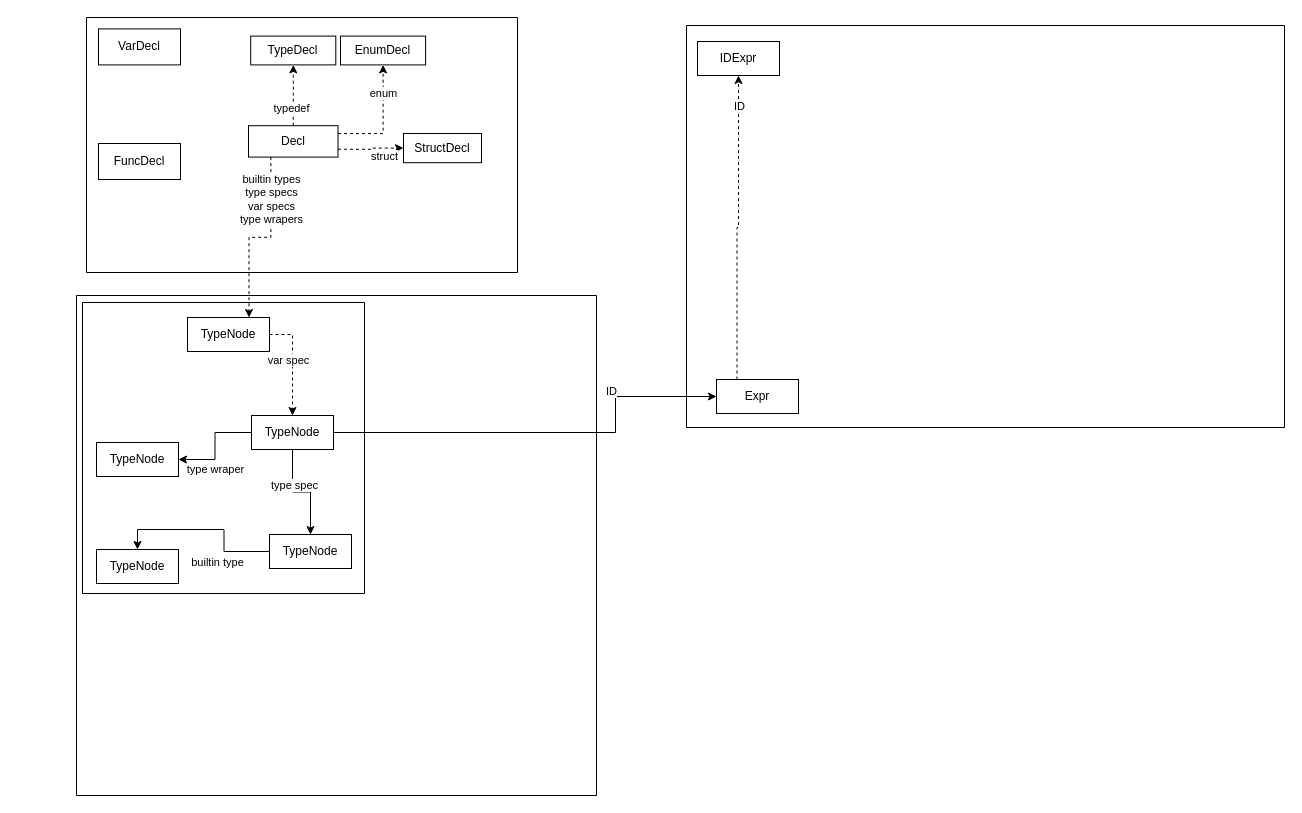
OskarGaliullin231-329/translation-university keeps this draw.io diagram as Стековая_диаграмма_МТиК.drawio. Above is the earlier version. Source tidied: cells renumbered, new cells numbered last; positions are measured from the earlier drawing's top-left corner, leaving out a move shared by most shapes. Both pictures are drawn from the tidied source at 100%, with x=0, y=0 at pixel (76, 17).
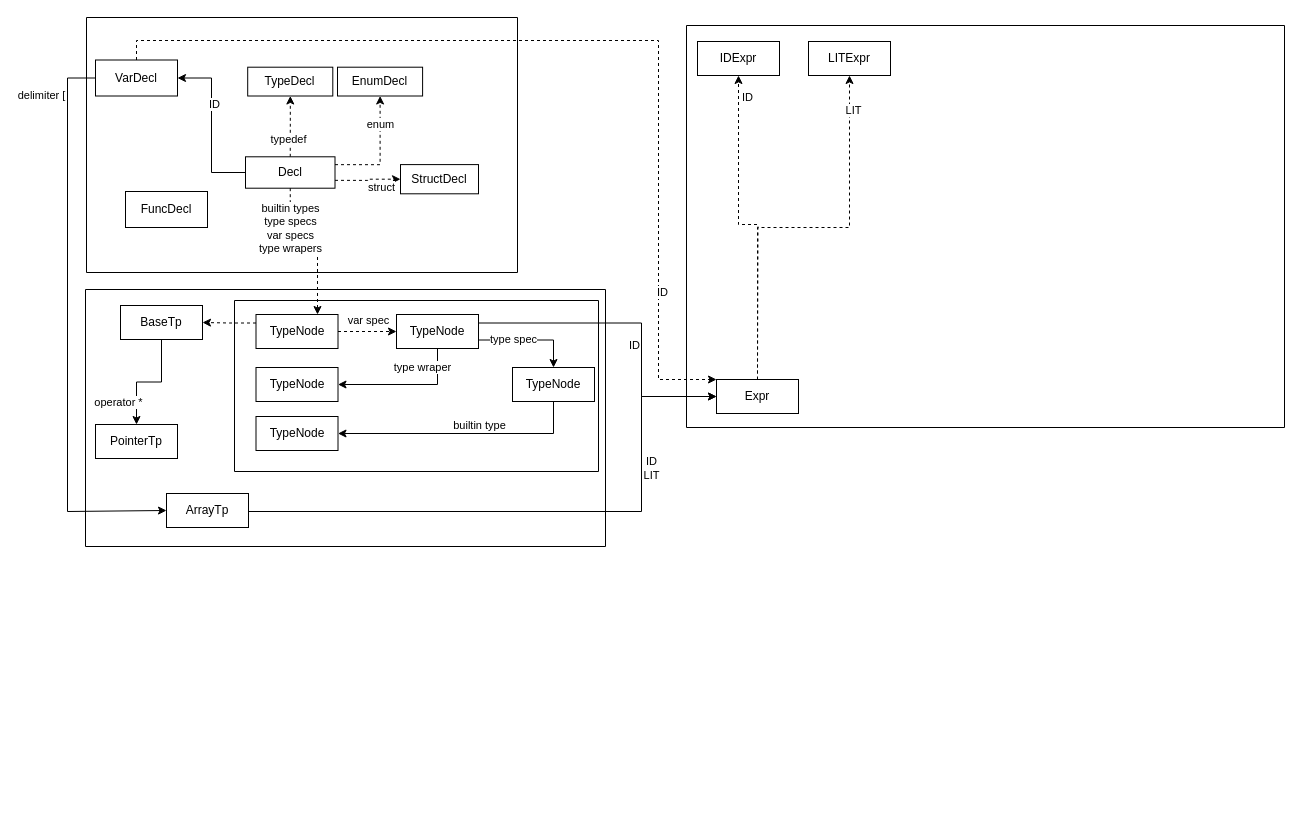
The same page after the edit.

The change refers to these unchanged cells:
```xml
<mxCell id="2" style="swimlane;startSize=0;" parent="1" vertex="1">
  <mxGeometry x="10" width="431" height="255" as="geometry" />
</mxCell>
```

Change to the diagram source:
```diff
@@
     <mxCell id="3" value="VarDecl" style="rounded=0;whiteSpace=wrap;html=1;" parent="2" vertex="1">
-      <mxGeometry x="12" y="11.4" width="82" height="36" as="geometry" />
+      <mxGeometry x="9" y="42.5" width="82" height="36" as="geometry" />
     </mxCell>
     <mxCell id="4" value="FuncDecl" style="rounded=0;whiteSpace=wrap;html=1;" parent="2" vertex="1">
-      <mxGeometry x="12" y="126" width="82" height="36" as="geometry" />
+      <mxGeometry x="39" y="174" width="82" height="36" as="geometry" />
     </mxCell>
     <mxCell id="5" value="TypeDecl" style="rounded=0;whiteSpace=wrap;html=1;" parent="2" vertex="1">
-      <mxGeometry x="164.2" y="18.6" width="85.1" height="28.8" as="geometry" />
+      <mxGeometry x="161.2" y="49.7" width="85.1" height="28.8" as="geometry" />
     </mxCell>
@@
     <mxCell id="8" value="EnumDecl" style="rounded=0;whiteSpace=wrap;html=1;" parent="2" vertex="1">
-      <mxGeometry x="254" y="18.6" width="85.1" height="28.8" as="geometry" />
+      <mxGeometry x="251" y="49.7" width="85.1" height="28.8" as="geometry" />
     </mxCell>
@@
+    <mxCell id="39" style="edgeStyle=orthogonalEdgeStyle;rounded=0;jettySize=auto;html=1;exitX=0;exitY=0.5;exitDx=0;exitDy=0;entryX=1;entryY=0.5;entryDx=0;entryDy=0;" parent="2" edge="1" source="11" target="3">
+      <mxGeometry relative="1" as="geometry" />
+    </mxCell>
+    <mxCell id="40" value="ID" style="edgeLabel;html=1;align=center;verticalAlign=middle;" parent="39" vertex="1">
+      <mxGeometry x="0.27" y="-2" relative="1" as="geometry" />
+    </mxCell>
     <mxCell id="11" value="Decl" style="rounded=0;whiteSpace=wrap;html=1;" parent="2" vertex="1">
-      <mxGeometry x="162" y="108.2" width="89.5" height="31.4" as="geometry" />
+      <mxGeometry x="159" y="139.3" width="89.5" height="31.4" as="geometry" />
     </mxCell>
     <mxCell id="12" value="StructDecl" style="rounded=0;whiteSpace=wrap;html=1;" parent="2" vertex="1">
-      <mxGeometry x="317" y="116" width="78" height="29.2" as="geometry" />
+      <mxGeometry x="314" y="147.1" width="78" height="29.2" as="geometry" />
     </mxCell>
@@
-    <mxCell id="15" style="edgeStyle=orthogonalEdgeStyle;rounded=0;jettySize=auto;html=1;exitX=0.25;exitY=1;exitDx=0;exitDy=0;entryX=0.75;entryY=0;entryDx=0;entryDy=0;dashed=1;" parent="1" edge="1" source="11" target="20">
+    <mxCell id="15" style="edgeStyle=orthogonalEdgeStyle;rounded=0;jettySize=auto;html=1;exitX=0.5;exitY=1;exitDx=0;exitDy=0;entryX=0.75;entryY=0;entryDx=0;entryDy=0;dashed=1;" parent="1" edge="1" source="11" target="20">
       <mxGeometry relative="1" as="geometry" />
     </mxCell>
@@
+    <mxCell id="31" style="swimlane;startSize=0;" parent="1" vertex="1">
+      <mxGeometry x="610" y="8" width="598" height="402" as="geometry" />
+    </mxCell>
+    <mxCell id="32" style="edgeStyle=orthogonalEdgeStyle;rounded=0;jettySize=auto;html=1;entryX=0.5;entryY=1;entryDx=0;entryDy=0;dashed=1;" parent="31" edge="1" target="35">
+      <mxGeometry relative="1" as="geometry">
+        <mxPoint x="71" y="348" as="sourcePoint" />
+      </mxGeometry>
+    </mxCell>
+    <mxCell id="33" value="ID" style="edgeLabel;html=1;align=center;verticalAlign=middle;" parent="32" vertex="1">
+      <mxGeometry x="-0.1" y="-1" relative="1" as="geometry">
+        <mxPoint x="-12" y="-134" as="offset" />
+      </mxGeometry>
+    </mxCell>
+    <mxCell id="41" style="edgeStyle=orthogonalEdgeStyle;rounded=0;jettySize=auto;html=1;exitX=0.5;exitY=0;exitDx=0;exitDy=0;dashed=1;" parent="31" edge="1" source="34" target="43">
+      <mxGeometry relative="1" as="geometry" />
+    </mxCell>
+    <mxCell id="42" value="LIT" style="edgeLabel;html=1;align=center;verticalAlign=middle;" parent="41" vertex="1">
+      <mxGeometry x="0.83" y="-3" relative="1" as="geometry" />
+    </mxCell>
+    <mxCell id="34" value="Expr" style="rounded=0;whiteSpace=wrap;html=1;" parent="31" vertex="1">
+      <mxGeometry x="30" y="354" width="82" height="34" as="geometry" />
+    </mxCell>
+    <mxCell id="35" value="IDExpr" style="rounded=0;whiteSpace=wrap;html=1;" parent="31" vertex="1">
+      <mxGeometry x="11" y="16" width="82" height="34" as="geometry" />
+    </mxCell>
+    <mxCell id="43" value="LITExpr" style="rounded=0;whiteSpace=wrap;html=1;" parent="31" vertex="1">
+      <mxGeometry x="122" y="16" width="82" height="34" as="geometry" />
+    </mxCell>
+    <mxCell id="36" style="swimlane;startSize=0;" parent="1" vertex="1">
+      <mxGeometry x="9" y="272" width="520" height="257" as="geometry" />
+    </mxCell>
-    <mxCell id="17" style="swimlane;startSize=0;" parent="1" vertex="1">
-      <mxGeometry x="6" y="285" width="282" height="291" as="geometry" />
+    <mxCell id="17" style="swimlane;startSize=0;" parent="36" vertex="1">
+      <mxGeometry x="149" y="11" width="364" height="171" as="geometry" />
     </mxCell>
-    <mxCell id="18" style="edgeStyle=orthogonalEdgeStyle;rounded=0;jettySize=auto;html=1;exitX=1;exitY=0.5;exitDx=0;exitDy=0;entryX=0.5;entryY=0;entryDx=0;entryDy=0;dashed=1;" parent="17" edge="1" source="20" target="28">
+    <mxCell id="18" style="edgeStyle=orthogonalEdgeStyle;rounded=0;jettySize=auto;html=1;exitX=1;exitY=0.5;exitDx=0;exitDy=0;entryX=0;entryY=0.5;entryDx=0;entryDy=0;dashed=1;" parent="17" edge="1" source="20" target="28">
       <mxGeometry relative="1" as="geometry" />
     </mxCell>
@@
     <mxCell id="20" value="TypeNode" style="rounded=0;whiteSpace=wrap;html=1;" parent="17" vertex="1">
-      <mxGeometry x="105" y="15" width="82" height="34" as="geometry" />
+      <mxGeometry x="21.5" y="14" width="82" height="34" as="geometry" />
     </mxCell>
-    <mxCell id="21" style="edgeStyle=orthogonalEdgeStyle;rounded=0;jettySize=auto;html=1;exitX=0;exitY=0.5;exitDx=0;exitDy=0;entryX=0.5;entryY=0;entryDx=0;entryDy=0;" parent="17" edge="1" source="23" target="30">
+    <mxCell id="21" style="edgeStyle=orthogonalEdgeStyle;rounded=0;jettySize=auto;html=1;exitX=0.5;exitY=1;exitDx=0;exitDy=0;entryX=1;entryY=0.5;entryDx=0;entryDy=0;" parent="17" edge="1" source="23" target="30">
       <mxGeometry relative="1" as="geometry" />
     </mxCell>
     <mxCell id="22" value="builtin type" style="edgeLabel;html=1;align=center;verticalAlign=middle;" parent="21" vertex="1">
       <mxGeometry x="-0.33" y="-1" relative="1" as="geometry">
-        <mxPoint x="-8" y="23" as="offset" />
+        <mxPoint x="-24" y="-8" as="offset" />
       </mxGeometry>
     </mxCell>
     <mxCell id="23" value="TypeNode" style="rounded=0;whiteSpace=wrap;html=1;" parent="17" vertex="1">
-      <mxGeometry x="187" y="232" width="82" height="34" as="geometry" />
+      <mxGeometry x="278" y="67" width="82" height="34" as="geometry" />
     </mxCell>
-    <mxCell id="24" style="edgeStyle=orthogonalEdgeStyle;rounded=0;jettySize=auto;html=1;exitX=0;exitY=0.5;exitDx=0;exitDy=0;entryX=1;entryY=0.5;entryDx=0;entryDy=0;" parent="17" edge="1" source="28" target="29">
+    <mxCell id="24" style="edgeStyle=orthogonalEdgeStyle;rounded=0;jettySize=auto;html=1;exitX=0.5;exitY=1;exitDx=0;exitDy=0;entryX=1;entryY=0.5;entryDx=0;entryDy=0;" parent="17" edge="1" source="28" target="29">
       <mxGeometry relative="1" as="geometry" />
     </mxCell>
     <mxCell id="25" value="&lt;div&gt;type wraper&lt;/div&gt;" style="edgeLabel;html=1;align=center;verticalAlign=middle;" parent="24" vertex="1">
       <mxGeometry x="-0.36" y="-3" relative="1" as="geometry">
-        <mxPoint x="-5" y="39" as="offset" />
+        <mxPoint x="-9" y="-15" as="offset" />
       </mxGeometry>
     </mxCell>
-    <mxCell id="26" style="edgeStyle=orthogonalEdgeStyle;rounded=0;jettySize=auto;html=1;exitX=0.5;exitY=1;exitDx=0;exitDy=0;entryX=0.5;entryY=0;entryDx=0;entryDy=0;" parent="17" edge="1" source="28" target="23">
+    <mxCell id="26" style="edgeStyle=orthogonalEdgeStyle;rounded=0;jettySize=auto;html=1;exitX=1;exitY=0.75;exitDx=0;exitDy=0;entryX=0.5;entryY=0;entryDx=0;entryDy=0;" parent="17" edge="1" source="28" target="23">
       <mxGeometry relative="1" as="geometry" />
     </mxCell>
@@
     <mxCell id="28" value="TypeNode" style="rounded=0;whiteSpace=wrap;html=1;" parent="17" vertex="1">
-      <mxGeometry x="169" y="113" width="82" height="34" as="geometry" />
+      <mxGeometry x="162" y="14" width="82" height="34" as="geometry" />
     </mxCell>
     <mxCell id="29" value="TypeNode" style="rounded=0;whiteSpace=wrap;html=1;" parent="17" vertex="1">
-      <mxGeometry x="14" y="140" width="82" height="34" as="geometry" />
+      <mxGeometry x="21.5" y="67" width="82" height="34" as="geometry" />
     </mxCell>
     <mxCell id="30" value="TypeNode" style="rounded=0;whiteSpace=wrap;html=1;" parent="17" vertex="1">
-      <mxGeometry x="14" y="247" width="82" height="34" as="geometry" />
+      <mxGeometry x="21.5" y="116" width="82" height="34" as="geometry" />
     </mxCell>
-    <mxCell id="31" style="swimlane;startSize=0;" parent="1" vertex="1">
-      <mxGeometry x="610" y="8" width="598" height="402" as="geometry" />
-    </mxCell>
-    <mxCell id="32" style="edgeStyle=orthogonalEdgeStyle;rounded=0;jettySize=auto;html=1;exitX=0.25;exitY=0;exitDx=0;exitDy=0;entryX=0.5;entryY=1;entryDx=0;entryDy=0;dashed=1;" parent="31" edge="1" source="34" target="35">
-      <mxGeometry relative="1" as="geometry" />
-    </mxCell>
-    <mxCell id="33" value="ID" style="edgeLabel;html=1;align=center;verticalAlign=middle;" parent="32" vertex="1">
-      <mxGeometry x="-0.1" y="-1" relative="1" as="geometry">
-        <mxPoint x="1" y="-137" as="offset" />
-      </mxGeometry>
-    </mxCell>
-    <mxCell id="34" value="Expr" style="rounded=0;whiteSpace=wrap;html=1;" parent="31" vertex="1">
-      <mxGeometry x="30" y="354" width="82" height="34" as="geometry" />
-    </mxCell>
-    <mxCell id="35" value="IDExpr" style="rounded=0;whiteSpace=wrap;html=1;" parent="31" vertex="1">
-      <mxGeometry x="11" y="16" width="82" height="34" as="geometry" />
-    </mxCell>
-    <mxCell id="36" style="swimlane;startSize=0;" parent="1" vertex="1">
-      <mxGeometry y="278" width="520" height="500" as="geometry" />
-    </mxCell>
+    <mxCell id="44" style="edgeStyle=orthogonalEdgeStyle;rounded=0;jettySize=auto;html=1;exitX=0.5;exitY=1;exitDx=0;exitDy=0;entryX=0.5;entryY=0;entryDx=0;entryDy=0;" parent="36" edge="1" source="46" target="48">
+      <mxGeometry relative="1" as="geometry" />
+    </mxCell>
+    <mxCell id="45" value="operator *" style="edgeLabel;html=1;align=center;verticalAlign=middle;" parent="44" vertex="1">
+      <mxGeometry x="-0.28" y="-2" relative="1" as="geometry">
+        <mxPoint x="-42" y="22" as="offset" />
+      </mxGeometry>
+    </mxCell>
+    <mxCell id="46" value="BaseTp" style="rounded=0;whiteSpace=wrap;html=1;" parent="36" vertex="1">
+      <mxGeometry x="35" y="16" width="82" height="34" as="geometry" />
+    </mxCell>
+    <mxCell id="47" style="edgeStyle=orthogonalEdgeStyle;rounded=0;jettySize=auto;html=1;exitX=0;exitY=0.25;exitDx=0;exitDy=0;entryX=1;entryY=0.5;entryDx=0;entryDy=0;dashed=1;" parent="36" edge="1" source="20" target="46">
+      <mxGeometry relative="1" as="geometry" />
+    </mxCell>
+    <mxCell id="48" value="PointerTp" style="rounded=0;whiteSpace=wrap;html=1;" parent="36" vertex="1">
+      <mxGeometry x="10" y="135" width="82" height="34" as="geometry" />
+    </mxCell>
+    <mxCell id="49" value="ArrayTp" style="rounded=0;whiteSpace=wrap;html=1;" parent="36" vertex="1">
+      <mxGeometry x="81" y="204" width="82" height="34" as="geometry" />
+    </mxCell>
-    <mxCell id="37" style="edgeStyle=orthogonalEdgeStyle;rounded=0;jettySize=auto;html=1;exitX=1;exitY=0.5;exitDx=0;exitDy=0;entryX=0;entryY=0.5;entryDx=0;entryDy=0;" parent="1" edge="1" source="28" target="34">
+    <mxCell id="37" style="edgeStyle=orthogonalEdgeStyle;rounded=0;jettySize=auto;html=1;exitX=1;exitY=0.25;exitDx=0;exitDy=0;entryX=0;entryY=0.5;entryDx=0;entryDy=0;" parent="1" edge="1" source="28" target="34">
       <mxGeometry relative="1" as="geometry">
         <Array as="points">
-          <mxPoint x="539" y="415" />
-          <mxPoint x="539" y="379" />
+          <mxPoint x="565" y="305" />
+          <mxPoint x="565" y="379" />
         </Array>
       </mxGeometry>
     </mxCell>
     <mxCell id="38" value="ID" style="edgeLabel;html=1;align=center;verticalAlign=middle;" parent="37" vertex="1">
       <mxGeometry x="-0.38" y="2" relative="1" as="geometry">
-        <mxPoint x="147" y="-40" as="offset" />
+        <mxPoint x="58" y="24" as="offset" />
       </mxGeometry>
     </mxCell>
+    <mxCell id="50" style="edgeStyle=orthogonalEdgeStyle;rounded=0;jettySize=auto;html=1;exitX=1;exitY=0.5;exitDx=0;exitDy=0;entryX=0;entryY=0.5;entryDx=0;entryDy=0;" parent="1" edge="1" source="49" target="34">
+      <mxGeometry relative="1" as="geometry">
+        <Array as="points">
+          <mxPoint x="565" y="494" />
+          <mxPoint x="565" y="379" />
+        </Array>
+      </mxGeometry>
+    </mxCell>
+    <mxCell id="51" value="&lt;div&gt;ID&lt;/div&gt;&lt;div&gt;LIT&lt;/div&gt;" style="edgeLabel;html=1;align=center;verticalAlign=middle;" parent="50" vertex="1">
+      <mxGeometry x="-0.9" y="-2" relative="1" as="geometry">
+        <mxPoint x="374" y="-46" as="offset" />
+      </mxGeometry>
+    </mxCell>
+    <mxCell id="52" style="edgeStyle=orthogonalEdgeStyle;rounded=0;jettySize=auto;html=1;exitX=0.5;exitY=0;exitDx=0;exitDy=0;entryX=0;entryY=0;entryDx=0;entryDy=0;dashed=1;" parent="1" edge="1" source="3" target="34">
+      <mxGeometry relative="1" as="geometry">
+        <Array as="points">
+          <mxPoint x="60" y="23" />
+          <mxPoint x="582" y="23" />
+          <mxPoint x="582" y="362" />
+        </Array>
+      </mxGeometry>
+    </mxCell>
+    <mxCell id="53" value="ID" style="edgeLabel;html=1;align=center;verticalAlign=middle;" parent="52" vertex="1">
+      <mxGeometry x="0.69" y="3" relative="1" as="geometry" />
+    </mxCell>
+    <mxCell id="54" style="edgeStyle=orthogonalEdgeStyle;rounded=0;jettySize=auto;html=1;exitX=0;exitY=0.5;exitDx=0;exitDy=0;entryX=0;entryY=0.5;entryDx=0;entryDy=0;" parent="1" edge="1" source="3" target="49">
+      <mxGeometry relative="1" as="geometry">
+        <Array as="points">
+          <mxPoint x="-9" y="61" />
+          <mxPoint x="-9" y="494" />
+        </Array>
+      </mxGeometry>
+    </mxCell>
+    <mxCell id="55" value="delimiter [" style="edgeLabel;html=1;align=center;verticalAlign=middle;" parent="54" vertex="1">
+      <mxGeometry x="-0.6" y="-3" relative="1" as="geometry">
+        <mxPoint x="-24" y="-67" as="offset" />
+      </mxGeometry>
+    </mxCell>
```
